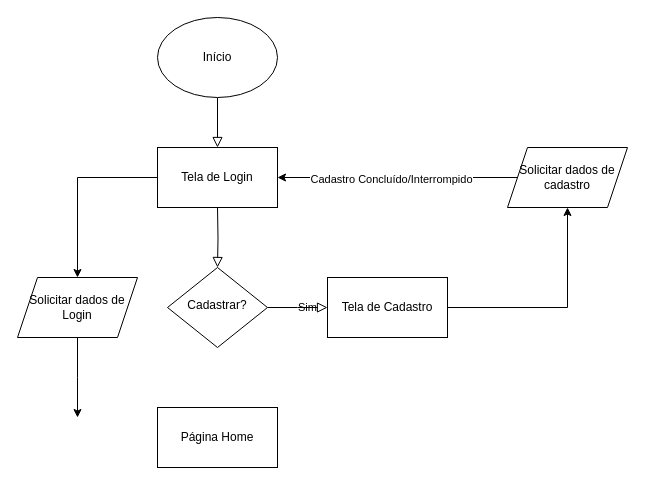
Before: Fluxograma.drawio in OtavioSerafim/APPOO-Projeto-1, a draw.io diagram. Source tidied: cells renumbered, new cells numbered last; positions are measured from the earlier drawing's top-left corner, leaving out a move shared by most shapes. Both pictures are drawn from the tidied source at 100%, with x=0, y=0 at pixel (17, 17).
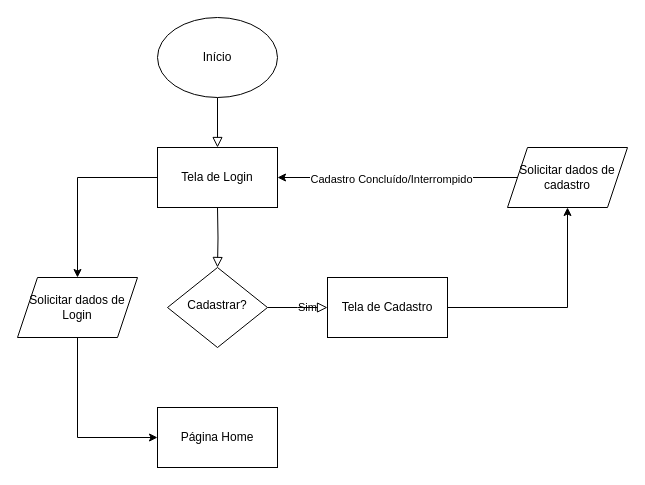
The same diagram, later.

Commit message:
Atualizacao fluxograma para enviar para drive

Diff of the diagram source:
```diff
@@
 <mxGraphModel>
   <root>
     <mxCell id="0" />
     <mxCell id="1" parent="0" />
     <mxCell id="2" style="rounded=0;html=1;jettySize=auto;orthogonalLoop=1;fontSize=11;endArrow=block;endFill=0;endSize=8;strokeWidth=1;shadow=0;labelBackgroundColor=none;edgeStyle=orthogonalEdgeStyle;" parent="1" edge="1">
       <mxGeometry relative="1" as="geometry">
         <mxPoint x="200" y="80" as="sourcePoint" />
         <mxPoint x="200" y="130" as="targetPoint" />
       </mxGeometry>
     </mxCell>
     <mxCell id="3" style="rounded=0;html=1;jettySize=auto;fontSize=11;endArrow=block;endFill=0;endSize=8;strokeWidth=1;shadow=0;labelBackgroundColor=none;edgeStyle=orthogonalEdgeStyle;exitX=0.5;exitY=1;exitDx=0;exitDy=0;" parent="1" edge="1" target="5">
       <mxGeometry y="20" relative="1" as="geometry">
         <mxPoint x="200" y="190" as="sourcePoint" />
       </mxGeometry>
     </mxCell>
     <mxCell id="4" value="Sim" style="edgeStyle=orthogonalEdgeStyle;rounded=0;html=1;jettySize=auto;fontSize=11;endArrow=block;endFill=0;endSize=8;strokeWidth=1;shadow=0;labelBackgroundColor=none;entryX=0;entryY=0.5;entryDx=0;entryDy=0;" parent="1" edge="1" source="5">
       <mxGeometry y="10" relative="1" as="geometry">
         <mxPoint x="310" y="290" as="targetPoint" />
       </mxGeometry>
     </mxCell>
     <mxCell id="5" value="Cadastrar?" style="rhombus;whiteSpace=wrap;html=1;shadow=0;fontFamily=Helvetica;fontSize=12;align=center;strokeWidth=1;spacing=6;spacingTop=-4;" parent="1" vertex="1">
       <mxGeometry x="150" y="250" width="100" height="80" as="geometry" />
     </mxCell>
     <mxCell id="6" value="Início" style="ellipse;whiteSpace=wrap;html=1;" parent="1" vertex="1">
       <mxGeometry x="140" width="120" height="80" as="geometry" />
     </mxCell>
     <mxCell id="7" style="edgeStyle=orthogonalEdgeStyle;rounded=0;jettySize=auto;html=1;entryX=0.5;entryY=0;entryDx=0;entryDy=0;exitX=0;exitY=0.5;exitDx=0;exitDy=0;" parent="1" edge="1" source="10" target="12">
       <mxGeometry relative="1" as="geometry" />
     </mxCell>
     <mxCell id="8" style="edgeStyle=orthogonalEdgeStyle;rounded=0;jettySize=auto;html=1;entryX=0.5;entryY=1;entryDx=0;entryDy=0;" parent="1" edge="1" source="9" target="15">
       <mxGeometry relative="1" as="geometry" />
     </mxCell>
     <mxCell id="9" value="Tela de Cadastro" style="rounded=0;whiteSpace=wrap;html=1;" parent="1" vertex="1">
       <mxGeometry x="310" y="260" width="120" height="60" as="geometry" />
     </mxCell>
     <mxCell id="10" value="Tela de Login" style="rounded=0;whiteSpace=wrap;html=1;" parent="1" vertex="1">
       <mxGeometry x="140" y="130" width="120" height="60" as="geometry" />
     </mxCell>
-    <mxCell id="11" style="edgeStyle=orthogonalEdgeStyle;rounded=0;jettySize=auto;html=1;" parent="1" edge="1" source="12">
-      <mxGeometry relative="1" as="geometry">
-        <mxPoint x="60" y="400" as="targetPoint" />
-      </mxGeometry>
+    <mxCell id="11" style="edgeStyle=orthogonalEdgeStyle;rounded=0;jettySize=auto;html=1;entryX=0;entryY=0.5;entryDx=0;entryDy=0;exitX=0.5;exitY=1;exitDx=0;exitDy=0;" parent="1" edge="1" source="12" target="16">
+      <mxGeometry relative="1" as="geometry" />
     </mxCell>
     <mxCell id="12" value="Solicitar dados de Login" style="shape=parallelogram;perimeter=parallelogramPerimeter;whiteSpace=wrap;html=1;fixedSize=1;" parent="1" vertex="1">
       <mxGeometry y="260" width="120" height="60" as="geometry" />
     </mxCell>
     <mxCell id="13" style="edgeStyle=orthogonalEdgeStyle;rounded=0;jettySize=auto;html=1;entryX=1;entryY=0.5;entryDx=0;entryDy=0;" parent="1" edge="1" source="15" target="10">
       <mxGeometry relative="1" as="geometry" />
     </mxCell>
     <mxCell id="14" value="Cadastro Concluído/Interrompido" style="edgeLabel;html=1;align=center;verticalAlign=middle;" parent="13" vertex="1">
       <mxGeometry x="0.06" y="1" relative="1" as="geometry" />
     </mxCell>
     <mxCell id="15" value="Solicitar dados de cadastro" style="shape=parallelogram;perimeter=parallelogramPerimeter;whiteSpace=wrap;html=1;fixedSize=1;" parent="1" vertex="1">
       <mxGeometry x="490" y="130" width="120" height="60" as="geometry" />
     </mxCell>
     <mxCell id="16" value="Página Home" style="rounded=0;whiteSpace=wrap;html=1;" parent="1" vertex="1">
       <mxGeometry x="140" y="390" width="120" height="60" as="geometry" />
     </mxCell>
   </root>
 </mxGraphModel>
```
